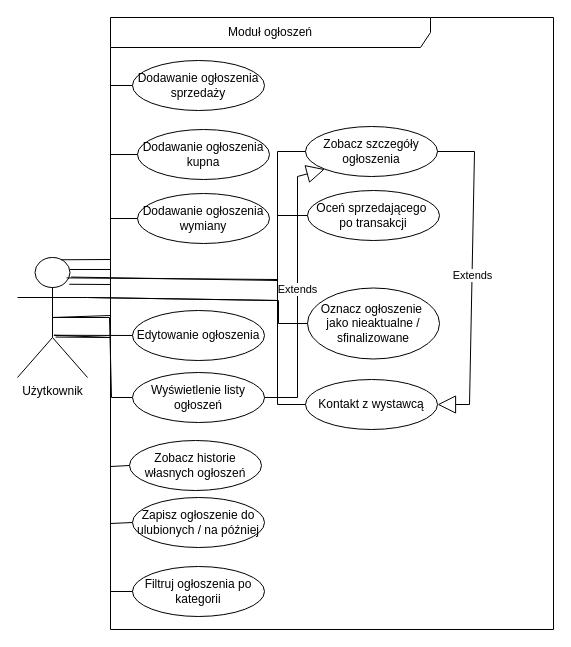
Earlier version of the draw.io diagram page "Moduł ogłoszeń" (4 of 4) of mwo_lokalni_app.drawio (Haltie13/lokalni_app). Source tidied: cells renumbered, new cells numbered last; positions are measured from the earlier drawing's top-left corner, leaving out a move shared by most shapes. Both pictures are drawn from the tidied source at 100%, with x=0, y=0 at pixel (17, 17).
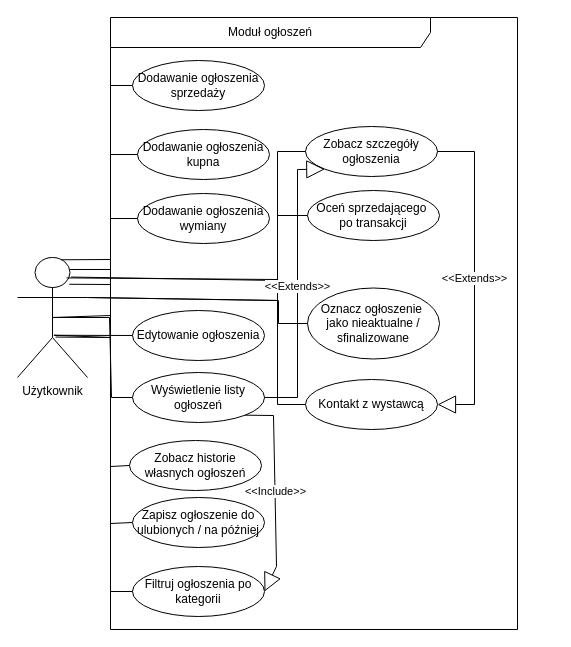
The same diagram, later.

The change refers to these unchanged cells:
```xml
<mxCell id="4" value="Kontakt z wystawcą" style="ellipse;whiteSpace=wrap;html=1;" parent="1" vertex="1">
  <mxGeometry x="288" y="362" width="132" height="50" as="geometry" />
</mxCell>
<mxCell id="8" value="Wyświetlenie listy ogłoszeń" style="ellipse;whiteSpace=wrap;html=1;" parent="1" vertex="1">
  <mxGeometry x="115" y="355" width="132" height="50" as="geometry" />
</mxCell>
<mxCell id="11" value="Filtruj ogłoszenia po kategorii" style="ellipse;whiteSpace=wrap;html=1;" parent="1" vertex="1">
  <mxGeometry x="115" y="549" width="132" height="50" as="geometry" />
</mxCell>
<mxCell id="12" value="Zobacz szczegóły ogłoszenia" style="ellipse;whiteSpace=wrap;html=1;" parent="1" vertex="1">
  <mxGeometry x="288" y="109" width="132" height="50" as="geometry" />
</mxCell>
```

Diff of the diagram source:
```diff
@@
     <mxCell id="2" value="Moduł ogłoszeń" style="shape=umlFrame;whiteSpace=wrap;html=1;width=320;height=30;" parent="1" vertex="1">
-      <mxGeometry x="93" width="443" height="612" as="geometry" />
+      <mxGeometry x="93" width="407" height="612" as="geometry" />
     </mxCell>
@@
-    <mxCell id="28" value="Extends" style="endArrow=block;endSize=16;endFill=0;html=1;rounded=0;exitX=1;exitY=0.5;exitDx=0;exitDy=0;entryX=0;entryY=1;entryDx=0;entryDy=0;" parent="1" edge="1" source="8" target="12">
+    <mxCell id="28" value="&amp;lt;&amp;lt;Extends&amp;gt;&amp;gt;" style="endArrow=block;endSize=16;endFill=0;html=1;rounded=0;exitX=1;exitY=0.5;exitDx=0;exitDy=0;entryX=0;entryY=1;entryDx=0;entryDy=0;" parent="1" edge="1" source="8" target="12">
       <mxGeometry relative="1" as="geometry">
         <Array as="points">
           <mxPoint x="280" y="380" />
-          <mxPoint x="280" y="159" />
+          <mxPoint x="280" y="152" />
         </Array>
       </mxGeometry>
     </mxCell>
-    <mxCell id="29" value="Extends" style="endArrow=block;endSize=16;endFill=0;html=1;rounded=0;exitX=1;exitY=0.5;exitDx=0;exitDy=0;entryX=1;entryY=0.5;entryDx=0;entryDy=0;" parent="1" edge="1" source="12" target="4">
+    <mxCell id="29" value="&amp;lt;&amp;lt;Extends&amp;gt;&amp;gt;" style="endArrow=block;endSize=16;endFill=0;html=1;rounded=0;exitX=1;exitY=0.5;exitDx=0;exitDy=0;entryX=1;entryY=0.5;entryDx=0;entryDy=0;" parent="1" edge="1" source="12" target="4">
       <mxGeometry relative="1" as="geometry">
         <Array as="points">
           <mxPoint x="457" y="134" />
-          <mxPoint x="452" y="387" />
+          <mxPoint x="457" y="387" />
         </Array>
       </mxGeometry>
     </mxCell>
+    <mxCell id="30" value="&amp;lt;&amp;lt;Include&amp;gt;&amp;gt;" style="endArrow=block;endSize=16;endFill=0;html=1;rounded=0;exitX=1;exitY=1;exitDx=0;exitDy=0;entryX=1;entryY=0.5;entryDx=0;entryDy=0;" parent="1" edge="1" source="8" target="11">
+      <mxGeometry relative="1" as="geometry">
+        <Array as="points">
+          <mxPoint x="256" y="398" />
+          <mxPoint x="259" y="549" />
+        </Array>
+      </mxGeometry>
+    </mxCell>
```
